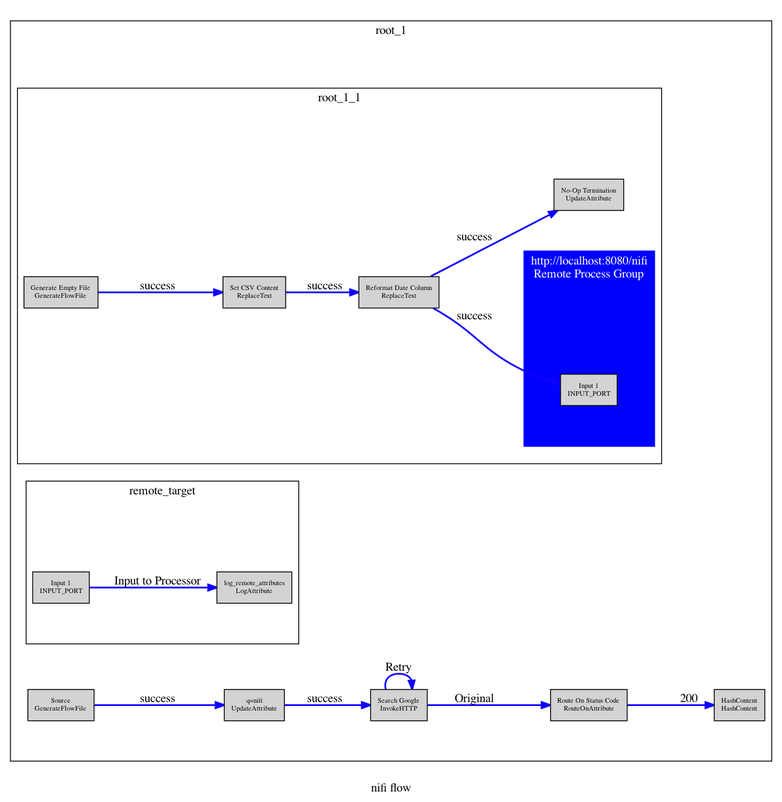
Before: sample_output/nifi-canvas.png, a diagram exported from Graphviz (palindromicity/dotifi). Its source is kept beside it as sample_output/nifi-canvas.dot.
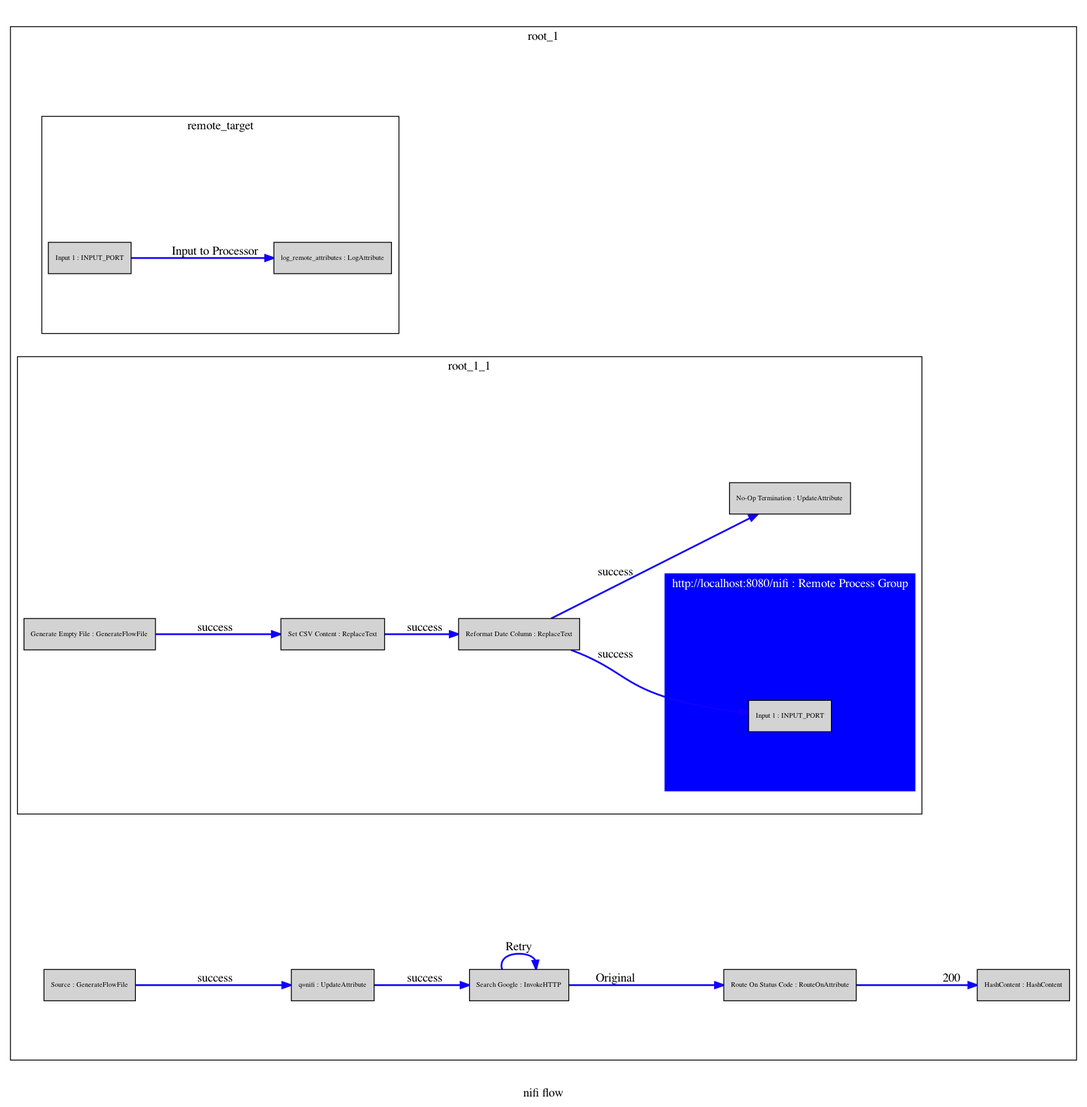
After the change.

The edit, as a diff of the source:
```diff
@@ -18,6 +18,18 @@
 		graph [id="351b1dbc-0172-1000-056d-ec78a003b493",
 			label=root_1
 		];
+		subgraph cluster_remote_target {
+			graph [id="65f57b35-0172-1000-d805-dec5391bee7e",
+				label=remote_target
+			];
+			"65f5b8db-0172-1000-407f-93e85d1d9f94"	[id="65f5b8db-0172-1000-407f-93e85d1d9f94",
+				label="Input 1 : INPUT_PORT",
+				pos="-768.000000,-768.000000"];
+			"65f629b8-0172-1000-4ced-efa192c35536"	[id="65f629b8-0172-1000-4ced-efa192c35536",
+				label="log_remote_attributes : LogAttribute",
+				pos="-344.000000,-344.000000"];
+			"65f5b8db-0172-1000-407f-93e85d1d9f94" -> "65f629b8-0172-1000-4ced-efa192c35536"	[label="Input to Processor"];
+		}
 		subgraph cluster_root_1_1 {
 			graph [id="351dbb56-0172-1000-21fa-a4af9fc0dbb1",
 				label=root_1_1
@@ -26,70 +38,45 @@
 				graph [color=blue,
 					fontcolor=white,
 					id="65f8c7d5-0172-1000-a916-0e5562295e08",
-					label="http://localhost:8080/nifi
-Remote Process Group",
+					label="http://localhost:8080/nifi : Remote Process Group",
 					style=filled
 				];
 				"37b065f7-232b-30b9-a282-3ea28f75a2a2"	[id="37b065f7-232b-30b9-a282-3ea28f75a2a2",
-					label="Input 1
-INPUT_PORT"];
+					label="Input 1 : INPUT_PORT"];
 			}
 			"b268f335-2a91-44e8-b567-c676c292fd55"	[id="b268f335-2a91-44e8-b567-c676c292fd55",
-				label="Reformat Date Column
-ReplaceText",
+				label="Reformat Date Column : ReplaceText",
 				pos="1259.009165,1259.009165"];
 			"25b139c3-db89-4272-59c3-774ce58f0973"	[id="25b139c3-db89-4272-59c3-774ce58f0973",
-				label="No-Op Termination
-UpdateAttribute",
+				label="No-Op Termination : UpdateAttribute",
 				pos="1265.009165,1265.009165"];
 			"b268f335-2a91-44e8-b567-c676c292fd55" -> "25b139c3-db89-4272-59c3-774ce58f0973"	[label=success];
 			"b268f335-2a91-44e8-b567-c676c292fd55" -> "37b065f7-232b-30b9-a282-3ea28f75a2a2"	[label=success];
 			"67626c71-910a-4342-627d-e38cfcbcb924"	[id="67626c71-910a-4342-627d-e38cfcbcb924",
-				label="Set CSV Content
-ReplaceText",
+				label="Set CSV Content : ReplaceText",
 				pos="408.000000,408.000000"];
 			"67626c71-910a-4342-627d-e38cfcbcb924" -> "b268f335-2a91-44e8-b567-c676c292fd55"	[label=success];
 			"bc3ad300-c93c-430b-fc94-3a32c3020f53"	[id="bc3ad300-c93c-430b-fc94-3a32c3020f53",
-				label="Generate Empty File
-GenerateFlowFile",
+				label="Generate Empty File : GenerateFlowFile",
 				pos="356.009165,356.009165"];
 			"bc3ad300-c93c-430b-fc94-3a32c3020f53" -> "67626c71-910a-4342-627d-e38cfcbcb924"	[label=success];
 		}
-		subgraph cluster_remote_target {
-			graph [id="65f57b35-0172-1000-d805-dec5391bee7e",
-				label=remote_target
-			];
-			"65f5b8db-0172-1000-407f-93e85d1d9f94"	[id="65f5b8db-0172-1000-407f-93e85d1d9f94",
-				label="Input 1
-INPUT_PORT",
-				pos="-768.000000,-768.000000"];
-			"65f629b8-0172-1000-4ced-efa192c35536"	[id="65f629b8-0172-1000-4ced-efa192c35536",
-				label="log_remote_attributes
-LogAttribute",
-				pos="-344.000000,-344.000000"];
-			"65f5b8db-0172-1000-407f-93e85d1d9f94" -> "65f629b8-0172-1000-4ced-efa192c35536"	[label="Input to Processor"];
-		}
 		"719d5fb9-cd96-4491-fe7c-e81b3f3bb555"	[id="719d5fb9-cd96-4491-fe7c-e81b3f3bb555",
-			label="q=nifi
-UpdateAttribute",
+			label="q=nifi : UpdateAttribute",
 			pos="1242.304169,1242.304169"];
 		"e829b880-ef17-432a-7c5c-1e3ecdcd690d"	[id="e829b880-ef17-432a-7c5c-1e3ecdcd690d",
-			label="Search Google
-InvokeHTTP",
+			label="Search Google : InvokeHTTP",
 			pos="1245.295837,1245.295837"];
 		"719d5fb9-cd96-4491-fe7c-e81b3f3bb555" -> "e829b880-ef17-432a-7c5c-1e3ecdcd690d"	[label=success];
 		"f96be8b1-78b2-42f2-6ba5-2579f4f6c411"	[id="f96be8b1-78b2-42f2-6ba5-2579f4f6c411",
-			label="Source
-GenerateFlowFile",
+			label="Source : GenerateFlowFile",
 			pos="425.000000,425.000000"];
 		"f96be8b1-78b2-42f2-6ba5-2579f4f6c411" -> "719d5fb9-cd96-4491-fe7c-e81b3f3bb555"	[label=success];
 		"83ca901a-efe0-4d97-dbca-5c557cefbe6f"	[id="83ca901a-efe0-4d97-dbca-5c557cefbe6f",
-			label="HashContent
-HashContent",
+			label="HashContent : HashContent",
 			pos="1264.422387,1264.422387"];
 		"ffcc8819-75f5-4811-e906-434e71a31f26"	[id="ffcc8819-75f5-4811-e906-434e71a31f26",
-			label="Route On Status Code
-RouteOnAttribute",
+			label="Route On Status Code : RouteOnAttribute",
 			pos="1242.078949,1242.078949"];
 		"ffcc8819-75f5-4811-e906-434e71a31f26" -> "83ca901a-efe0-4d97-dbca-5c557cefbe6f"	[label=200];
 		"e829b880-ef17-432a-7c5c-1e3ecdcd690d" -> "ffcc8819-75f5-4811-e906-434e71a31f26"	[label=Original];
```
